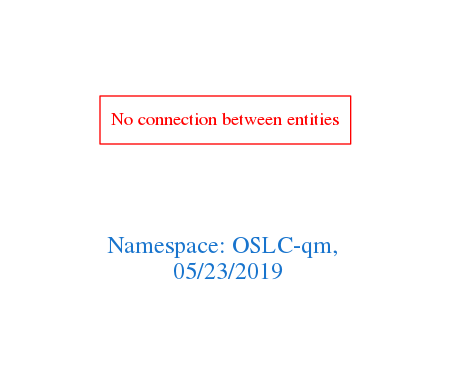
arago/OGIT keeps this Graphviz diagram as downloads/OSLC-qm.png. Above is the earlier version. Its source is kept beside it as downloads/OSLC-qm.dot.
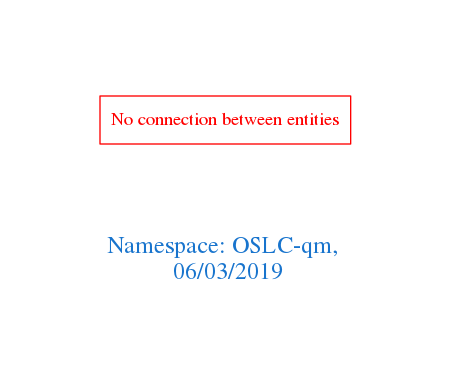
Above is the later version.

The edit, as a diff of the source:
```diff
@@ -1,7 +1,7 @@
 digraph OGIT_ontology {
  graph [ rankdir= LR,pad=1
 fontsize = 18,
-fontcolor= dodgerblue3,label = "\n\n\nNamespace: OSLC-qm, \n 05/23/2019"];
+fontcolor= dodgerblue3,label = "\n\n\nNamespace: OSLC-qm, \n 06/03/2019"];
 node[shape=polygon];
 edge [  color="gray81"];
 
```
